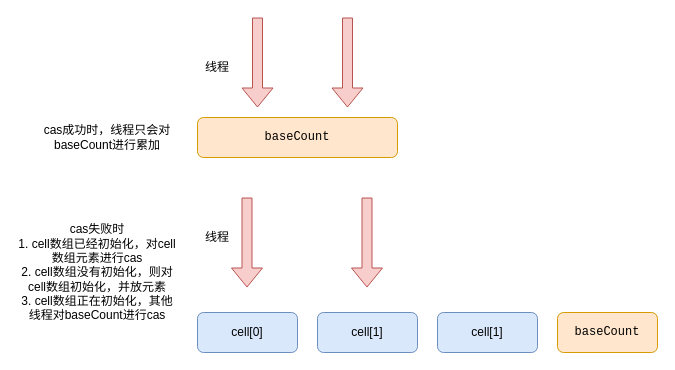
Before: concurrent/LongAdder.drawio in erlieStar/diagrams, a draw.io diagram. Source tidied: cells renumbered, new cells numbered last; positions are measured from the earlier drawing's top-left corner, leaving out a move shared by most shapes. Both pictures are drawn from the tidied source at 100%, with x=0, y=0 at pixel (17, 17).
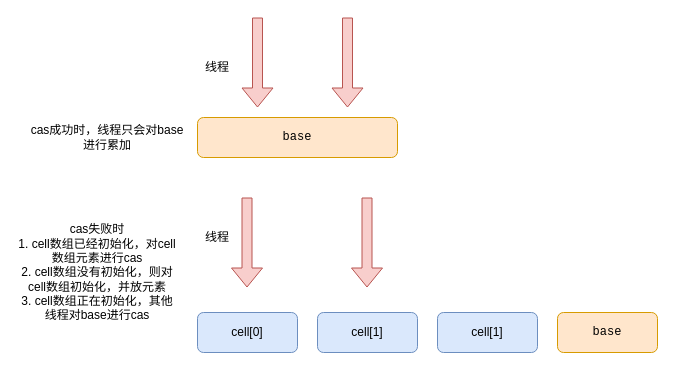
After the change.

The edit, as a diff of the source:
```diff
@@
 <mxGraphModel>
   <root>
     <mxCell id="0" />
     <mxCell id="1" parent="0" />
-    <mxCell id="2" value="&lt;pre&gt;baseCount&lt;/pre&gt;" style="rounded=1;whiteSpace=wrap;html=1;fillColor=#ffe6cc;strokeColor=#d79b00;" parent="1" vertex="1">
+    <mxCell id="2" value="&lt;pre&gt;base&lt;/pre&gt;" style="rounded=1;whiteSpace=wrap;html=1;fillColor=#ffe6cc;strokeColor=#d79b00;" parent="1" vertex="1">
       <mxGeometry x="180" y="100" width="200" height="40" as="geometry" />
     </mxCell>
     <mxCell id="3" value="cell[1]" style="rounded=1;whiteSpace=wrap;html=1;fillColor=#dae8fc;strokeColor=#6c8ebf;" parent="1" vertex="1">
       <mxGeometry x="420" y="295" width="100" height="40" as="geometry" />
     </mxCell>
     <mxCell id="4" value="&lt;pre&gt;&lt;span style=&quot;font-family: &amp;#34;helvetica&amp;#34;&quot;&gt;cell[1]&lt;/span&gt;&lt;br&gt;&lt;/pre&gt;" style="rounded=1;whiteSpace=wrap;html=1;fillColor=#dae8fc;strokeColor=#6c8ebf;" parent="1" vertex="1">
       <mxGeometry x="300" y="295" width="100" height="40" as="geometry" />
     </mxCell>
     <mxCell id="5" value="&lt;pre&gt;&lt;span style=&quot;font-family: &amp;#34;helvetica&amp;#34;&quot;&gt;cell[0]&lt;/span&gt;&lt;br&gt;&lt;/pre&gt;" style="rounded=1;whiteSpace=wrap;html=1;fillColor=#dae8fc;strokeColor=#6c8ebf;" parent="1" vertex="1">
       <mxGeometry x="180" y="295" width="100" height="40" as="geometry" />
     </mxCell>
-    <mxCell id="6" value="cas成功时，线程只会对&lt;span&gt;baseCount进行累加&lt;/span&gt;" style="text;html=1;strokeColor=none;fillColor=none;align=center;verticalAlign=middle;whiteSpace=wrap;rounded=0;" parent="1" vertex="1">
+    <mxCell id="6" value="cas成功时，线程只会对&lt;span&gt;base进行累加&lt;/span&gt;" style="text;html=1;strokeColor=none;fillColor=none;align=center;verticalAlign=middle;whiteSpace=wrap;rounded=0;" parent="1" vertex="1">
       <mxGeometry x="10" y="75" width="160" height="90" as="geometry" />
     </mxCell>
     <mxCell id="7" style="shape=flexArrow;endArrow=classic;html=1;fillColor=#f8cecc;strokeColor=#b85450;" parent="1" edge="1">
       <mxGeometry relative="1" as="geometry">
         <mxPoint x="240" as="sourcePoint" />
         <mxPoint x="240" y="90" as="targetPoint" />
       </mxGeometry>
     </mxCell>
     <mxCell id="8" style="shape=flexArrow;endArrow=classic;html=1;fillColor=#f8cecc;strokeColor=#b85450;" parent="1" edge="1">
       <mxGeometry relative="1" as="geometry">
         <mxPoint x="330" as="sourcePoint" />
         <mxPoint x="330" y="90" as="targetPoint" />
       </mxGeometry>
     </mxCell>
-    <mxCell id="9" value="cas失败时&lt;br&gt;1. cell数组已经初始化，对cell数组元素进行cas&lt;br&gt;2. cell数组没有初始化，则对cell数组初始化，并放元素&lt;br&gt;3. cell数组正在初始化，其他线程对baseCount进行cas" style="text;html=1;strokeColor=none;fillColor=none;align=center;verticalAlign=middle;whiteSpace=wrap;rounded=0;" parent="1" vertex="1">
+    <mxCell id="9" value="cas失败时&lt;br&gt;1. cell数组已经初始化，对cell数组元素进行cas&lt;br&gt;2. cell数组没有初始化，则对cell数组初始化，并放元素&lt;br&gt;3. cell数组正在初始化，其他线程对base进行cas" style="text;html=1;strokeColor=none;fillColor=none;align=center;verticalAlign=middle;whiteSpace=wrap;rounded=0;" parent="1" vertex="1">
       <mxGeometry y="210" width="160" height="90" as="geometry" />
     </mxCell>
     <mxCell id="10" value="线程" style="text;html=1;strokeColor=none;fillColor=none;align=center;verticalAlign=middle;whiteSpace=wrap;rounded=0;" parent="1" vertex="1">
       <mxGeometry x="180" y="40" width="40" height="20" as="geometry" />
     </mxCell>
-    <mxCell id="11" value="&lt;pre&gt;baseCount&lt;/pre&gt;" style="rounded=1;whiteSpace=wrap;html=1;fillColor=#ffe6cc;strokeColor=#d79b00;" parent="1" vertex="1">
+    <mxCell id="11" value="&lt;pre&gt;base&lt;/pre&gt;" style="rounded=1;whiteSpace=wrap;html=1;fillColor=#ffe6cc;strokeColor=#d79b00;" parent="1" vertex="1">
       <mxGeometry x="540" y="295" width="100" height="40" as="geometry" />
     </mxCell>
     <mxCell id="12" style="shape=flexArrow;endArrow=classic;html=1;fillColor=#f8cecc;strokeColor=#b85450;" parent="1" edge="1">
       <mxGeometry relative="1" as="geometry">
         <mxPoint x="349.5" y="180" as="sourcePoint" />
         <mxPoint x="349.5" y="270" as="targetPoint" />
       </mxGeometry>
     </mxCell>
     <mxCell id="13" style="shape=flexArrow;endArrow=classic;html=1;fillColor=#f8cecc;strokeColor=#b85450;" parent="1" edge="1">
       <mxGeometry relative="1" as="geometry">
         <mxPoint x="229.5" y="180" as="sourcePoint" />
         <mxPoint x="229.5" y="270" as="targetPoint" />
       </mxGeometry>
     </mxCell>
     <mxCell id="14" value="线程" style="text;html=1;strokeColor=none;fillColor=none;align=center;verticalAlign=middle;whiteSpace=wrap;rounded=0;" parent="1" vertex="1">
       <mxGeometry x="180" y="210" width="40" height="20" as="geometry" />
     </mxCell>
   </root>
 </mxGraphModel>
```
